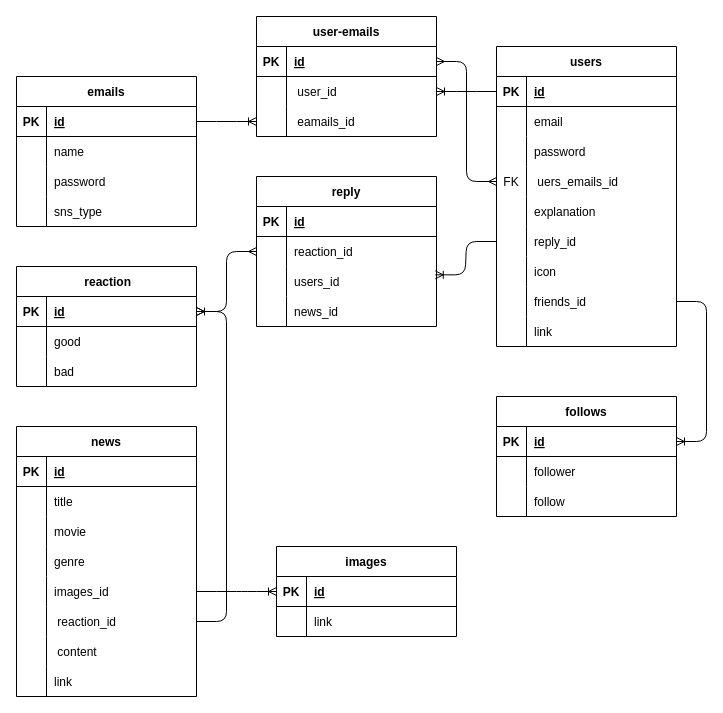
The draw.io diagram table.drawio in vantan-production/news-app, before the edit. Source tidied: cells renumbered, new cells numbered last; positions are measured from the earlier drawing's top-left corner, leaving out a move shared by most shapes. Both pictures are drawn from the tidied source at 100%, with x=0, y=0 at pixel (16, 16).
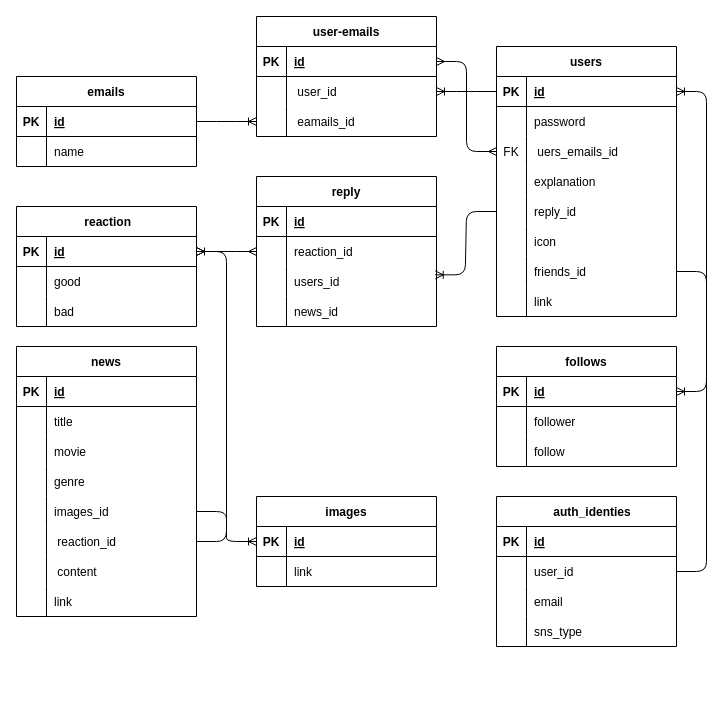
The same diagram, later.

Commit message:
テーブルを追加して見やすいように編集

The change refers to these unchanged cells:
```xml
<mxCell id="16" style="shape=tableRow;horizontal=0;startSize=0;swimlaneHead=0;swimlaneBody=0;fillColor=none;points=[[0,0.5],[1,0.5]];portConstraint=eastwest;top=0;left=0;right=0;bottom=1;" parent="15" vertex="1">
  <mxGeometry y="30" width="180" height="30" as="geometry" />
</mxCell>
```

The edit, as a diff of the source:
```diff
@@
     <mxCell id="2" value="emails" style="shape=table;startSize=30;childLayout=tableLayout;rowLines=0;fontStyle=1;align=center;" parent="1" vertex="1">
-      <mxGeometry y="60" width="180" height="150" as="geometry" />
+      <mxGeometry y="60" width="180" height="90" as="geometry" />
     </mxCell>
@@
-    <mxCell id="9" style="shape=tableRow;horizontal=0;startSize=0;swimlaneHead=0;swimlaneBody=0;fillColor=none;top=0;left=0;right=0;bottom=0;" parent="2" vertex="1">
-      <mxGeometry y="90" width="180" height="30" as="geometry" />
-    </mxCell>
-    <mxCell id="10" style="shape=partialRectangle;fillColor=none;top=0;left=0;bottom=0;right=0;overflow=hidden;" parent="9" vertex="1">
-      <mxGeometry width="30" height="30" as="geometry" />
-    </mxCell>
-    <mxCell id="11" value="password" style="shape=partialRectangle;fillColor=none;top=0;left=0;bottom=0;right=0;align=left;spacingLeft=6;overflow=hidden;" parent="9" vertex="1">
-      <mxGeometry x="30" width="150" height="30" as="geometry" />
-    </mxCell>
-    <mxCell id="12" style="shape=tableRow;horizontal=0;startSize=0;swimlaneHead=0;swimlaneBody=0;fillColor=none;top=0;left=0;right=0;bottom=0;" parent="2" vertex="1">
-      <mxGeometry y="120" width="180" height="30" as="geometry" />
-    </mxCell>
-    <mxCell id="13" style="shape=partialRectangle;fillColor=none;top=0;left=0;bottom=0;right=0;overflow=hidden;" parent="12" vertex="1">
-      <mxGeometry width="30" height="30" as="geometry" />
-    </mxCell>
-    <mxCell id="14" value="sns_type" style="shape=partialRectangle;fillColor=none;top=0;left=0;bottom=0;right=0;align=left;spacingLeft=6;overflow=hidden;" parent="12" vertex="1">
-      <mxGeometry x="30" width="150" height="30" as="geometry" />
-    </mxCell>
     <mxCell id="15" value="users" style="shape=table;startSize=30;childLayout=tableLayout;rowLines=0;fontStyle=1;align=center;" parent="1" vertex="1">
-      <mxGeometry x="480" y="30" width="180" height="300" as="geometry" />
+      <mxGeometry x="480" y="30" width="180" height="270" as="geometry" />
     </mxCell>
@@
-    <mxCell id="19" style="shape=tableRow;horizontal=0;startSize=0;swimlaneHead=0;swimlaneBody=0;fillColor=none;points=[[0,0.5],[1,0.5]];portConstraint=eastwest;top=0;left=0;right=0;bottom=0;" parent="15" vertex="1">
-      <mxGeometry y="60" width="180" height="30" as="geometry" />
-    </mxCell>
-    <mxCell id="20" style="shape=partialRectangle;fillColor=none;top=0;left=0;bottom=0;right=0;overflow=hidden;" parent="19" vertex="1">
-      <mxGeometry width="30" height="30" as="geometry" />
-    </mxCell>
-    <mxCell id="21" value="email" style="shape=partialRectangle;fillColor=none;top=0;left=0;bottom=0;right=0;align=left;spacingLeft=6;overflow=hidden;" parent="19" vertex="1">
-      <mxGeometry x="30" width="150" height="30" as="geometry" />
-    </mxCell>
     <mxCell id="22" style="shape=tableRow;horizontal=0;startSize=0;swimlaneHead=0;swimlaneBody=0;fillColor=none;top=0;left=0;right=0;bottom=0;" parent="15" vertex="1">
-      <mxGeometry y="90" width="180" height="30" as="geometry" />
+      <mxGeometry y="60" width="180" height="30" as="geometry" />
     </mxCell>
@@
     <mxCell id="25" style="shape=tableRow;horizontal=0;startSize=0;swimlaneHead=0;swimlaneBody=0;fillColor=none;points=[[0,0.5],[1,0.5]];portConstraint=eastwest;top=0;left=0;right=0;bottom=0;" parent="15" vertex="1">
-      <mxGeometry y="120" width="180" height="30" as="geometry" />
+      <mxGeometry y="90" width="180" height="30" as="geometry" />
     </mxCell>
@@
     <mxCell id="28" style="shape=tableRow;horizontal=0;startSize=0;swimlaneHead=0;swimlaneBody=0;fillColor=none;top=0;left=0;right=0;bottom=0;" parent="15" vertex="1">
-      <mxGeometry y="150" width="180" height="30" as="geometry" />
+      <mxGeometry y="120" width="180" height="30" as="geometry" />
     </mxCell>
@@
     <mxCell id="31" style="shape=tableRow;horizontal=0;startSize=0;swimlaneHead=0;swimlaneBody=0;fillColor=none;points=[[0,0.5],[1,0.5]];portConstraint=eastwest;top=0;left=0;right=0;bottom=0;" parent="15" vertex="1">
-      <mxGeometry y="180" width="180" height="30" as="geometry" />
+      <mxGeometry y="150" width="180" height="30" as="geometry" />
     </mxCell>
@@
     <mxCell id="34" style="shape=tableRow;horizontal=0;startSize=0;swimlaneHead=0;swimlaneBody=0;fillColor=none;top=0;left=0;right=0;bottom=0;" parent="15" vertex="1">
-      <mxGeometry y="210" width="180" height="30" as="geometry" />
+      <mxGeometry y="180" width="180" height="30" as="geometry" />
     </mxCell>
@@
     <mxCell id="37" style="shape=tableRow;horizontal=0;startSize=0;swimlaneHead=0;swimlaneBody=0;fillColor=none;points=[[0,0.5],[1,0.5]];portConstraint=eastwest;top=0;left=0;right=0;bottom=0;" parent="15" vertex="1">
-      <mxGeometry y="240" width="180" height="30" as="geometry" />
+      <mxGeometry y="210" width="180" height="30" as="geometry" />
     </mxCell>
@@
     <mxCell id="40" style="shape=tableRow;horizontal=0;startSize=0;swimlaneHead=0;swimlaneBody=0;fillColor=none;top=0;left=0;right=0;bottom=0;" parent="15" vertex="1">
-      <mxGeometry y="270" width="180" height="30" as="geometry" />
+      <mxGeometry y="240" width="180" height="30" as="geometry" />
     </mxCell>
@@
     <mxCell id="56" value=" reaction" style="shape=table;startSize=30;childLayout=tableLayout;rowLines=0;fontStyle=1;align=center;" parent="1" vertex="1">
-      <mxGeometry y="250" width="180" height="120" as="geometry" />
+      <mxGeometry y="190" width="180" height="120" as="geometry" />
     </mxCell>
@@
     <mxCell id="81" value="news" style="shape=table;startSize=30;childLayout=tableLayout;rowLines=0;fontStyle=1;align=center;" parent="1" vertex="1">
-      <mxGeometry y="410" width="180" height="270" as="geometry" />
+      <mxGeometry y="330" width="180" height="270" as="geometry" />
     </mxCell>
@@
     <mxCell id="107" value="images" style="shape=table;startSize=30;childLayout=tableLayout;rowLines=0;fontStyle=1;align=center;" parent="1" vertex="1">
-      <mxGeometry x="260" y="530" width="180" height="90" as="geometry" />
+      <mxGeometry x="240" y="480" width="180" height="90" as="geometry" />
     </mxCell>
@@
     <mxCell id="115" value="follows" style="shape=table;startSize=30;childLayout=tableLayout;rowLines=0;fontStyle=1;align=center;" parent="1" vertex="1">
-      <mxGeometry x="480" y="380" width="180" height="120" as="geometry" />
+      <mxGeometry x="480" y="330" width="180" height="120" as="geometry" />
     </mxCell>
@@
+    <mxCell id="126" value="　auth_identies" style="shape=table;startSize=30;childLayout=tableLayout;rowLines=0;fontStyle=1;align=center;" parent="1" vertex="1">
+      <mxGeometry x="480" y="480" width="180" height="150" as="geometry" />
+    </mxCell>
+    <mxCell id="127" style="shape=tableRow;horizontal=0;startSize=0;swimlaneHead=0;swimlaneBody=0;fillColor=none;top=0;left=0;right=0;bottom=1;" parent="126" vertex="1">
+      <mxGeometry y="30" width="180" height="30" as="geometry" />
+    </mxCell>
+    <mxCell id="128" value="PK" style="shape=partialRectangle;fillColor=none;top=0;left=0;bottom=0;right=0;fontStyle=1;overflow=hidden;" parent="127" vertex="1">
+      <mxGeometry width="30" height="30" as="geometry" />
+    </mxCell>
+    <mxCell id="129" value="id" style="shape=partialRectangle;fillColor=none;top=0;left=0;bottom=0;right=0;align=left;spacingLeft=6;fontStyle=5;overflow=hidden;" parent="127" vertex="1">
+      <mxGeometry x="30" width="150" height="30" as="geometry" />
+    </mxCell>
+    <mxCell id="19" style="shape=tableRow;horizontal=0;startSize=0;swimlaneHead=0;swimlaneBody=0;fillColor=none;points=[[0,0.5],[1,0.5]];portConstraint=eastwest;top=0;left=0;right=0;bottom=0;" parent="126" vertex="1">
+      <mxGeometry y="60" width="180" height="30" as="geometry" />
+    </mxCell>
+    <mxCell id="130" style="shape=partialRectangle;fillColor=none;top=0;left=0;bottom=0;right=0;overflow=hidden;" parent="19" vertex="1">
+      <mxGeometry width="30" height="30" as="geometry" />
+    </mxCell>
+    <mxCell id="131" value="user_id" style="shape=partialRectangle;fillColor=none;top=0;left=0;bottom=0;right=0;align=left;spacingLeft=6;overflow=hidden;" parent="19" vertex="1">
+      <mxGeometry x="30" width="150" height="30" as="geometry" />
+    </mxCell>
+    <mxCell id="9" style="shape=tableRow;horizontal=0;startSize=0;swimlaneHead=0;swimlaneBody=0;fillColor=none;top=0;left=0;right=0;bottom=0;" parent="126" vertex="1">
+      <mxGeometry y="90" width="180" height="30" as="geometry" />
+    </mxCell>
+    <mxCell id="132" style="shape=partialRectangle;fillColor=none;top=0;left=0;bottom=0;right=0;overflow=hidden;" parent="9" vertex="1">
+      <mxGeometry width="30" height="30" as="geometry" />
+    </mxCell>
+    <mxCell id="21" value="email" style="shape=partialRectangle;fillColor=none;top=0;left=0;bottom=0;right=0;align=left;spacingLeft=6;overflow=hidden;" parent="9" vertex="1">
+      <mxGeometry x="30" width="150" height="30" as="geometry" />
+    </mxCell>
+    <mxCell id="12" style="shape=tableRow;horizontal=0;startSize=0;swimlaneHead=0;swimlaneBody=0;fillColor=none;top=0;left=0;right=0;bottom=0;" parent="126" vertex="1">
+      <mxGeometry y="120" width="180" height="30" as="geometry" />
+    </mxCell>
+    <mxCell id="133" style="shape=partialRectangle;fillColor=none;top=0;left=0;bottom=0;right=0;overflow=hidden;" parent="12" vertex="1">
+      <mxGeometry width="30" height="30" as="geometry" />
+    </mxCell>
+    <mxCell id="14" value="sns_type" style="shape=partialRectangle;fillColor=none;top=0;left=0;bottom=0;right=0;align=left;spacingLeft=6;overflow=hidden;" parent="12" vertex="1">
+      <mxGeometry x="30" width="150" height="30" as="geometry" />
+    </mxCell>
+    <mxCell id="134" style="edgeStyle=entityRelationEdgeStyle;fontSize=12;html=1;endArrow=ERoneToMany;" parent="1" edge="1" source="19" target="16">
+      <mxGeometry relative="1" as="geometry" />
+    </mxCell>
```
